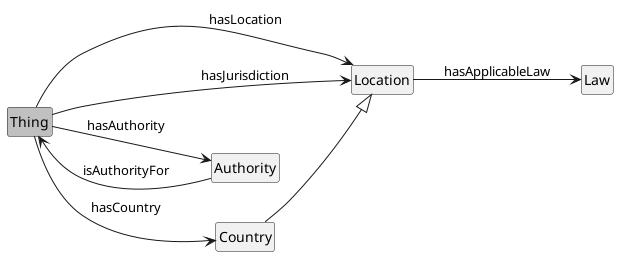
Above: media/overview_Location.png in jeswr/dpv (PlantUML), before the change.
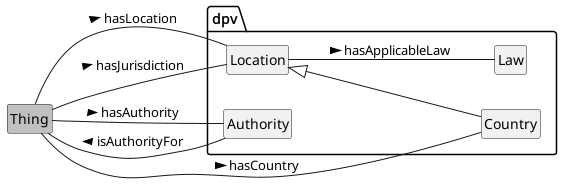
The same file after the commit.

What changed in the source:
```diff
@@ -3,17 +3,18 @@
 left to right direction
 
 class Thing #silver
-class Location
-class Authority
-class Law
-class Country
-
-Country --|> Location
-Thing --> Authority: hasAuthority
-Authority --> Thing: isAuthorityFor
-Thing --> Location: hasLocation
-Thing --> Location: hasJurisdiction
-Thing --> Country: hasCountry
-Location --> Law: hasApplicableLaw
+package dpv {
+	class Location
+	class Authority
+	class Law
+	class Country
+}
+Location <|-- Country
+Thing -- Authority: hasAuthority >
+Authority -- Thing: isAuthorityFor >
+Thing -- Location: hasLocation >
+Thing -- Location: hasJurisdiction >
+Thing -- Country: hasCountry >
+Location -- Law: hasApplicableLaw >
 
 @enduml
```
